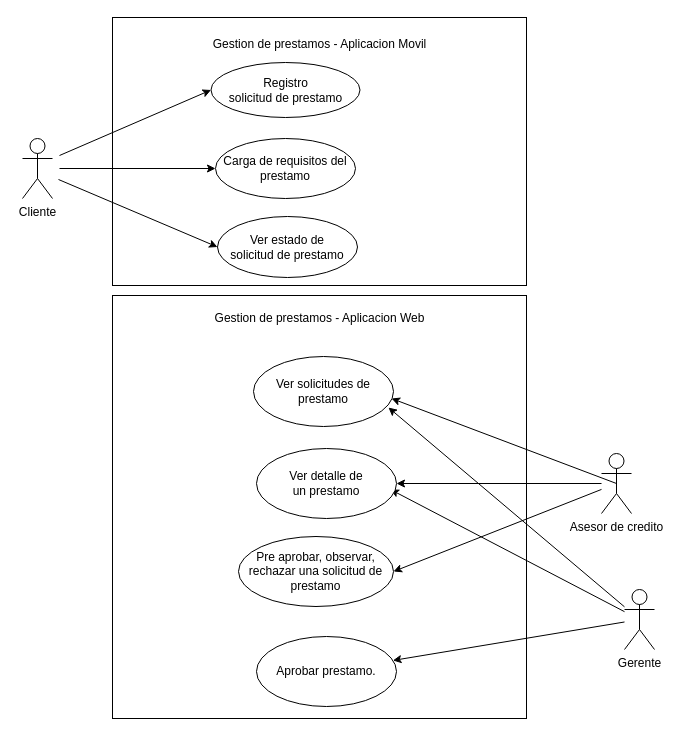
Earlier version of the draw.io diagram docs/use cases/loan-management.drawio (alexrv11/credicuotas). Source tidied: cells renumbered, new cells numbered last; positions are measured from the earlier drawing's top-left corner, leaving out a move shared by most shapes. Both pictures are drawn from the tidied source at 100%, with x=0, y=0 at pixel (22, 17).
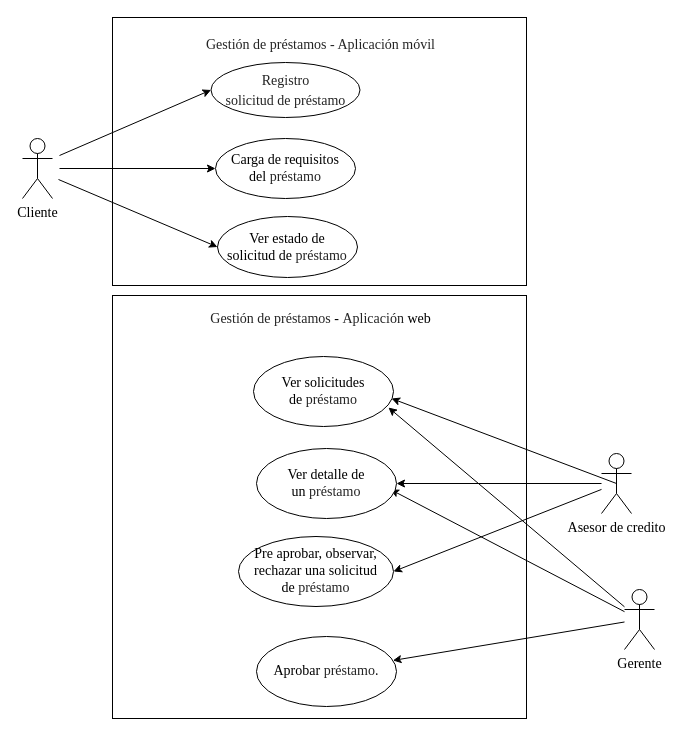
The same page after the edit.

The edit, as a diff of the source:
```diff
@@
-    <mxCell id="2" style="rounded=0;whiteSpace=wrap;html=1;" parent="1" vertex="1">
+    <mxCell id="2" style="rounded=0;whiteSpace=wrap;html=1;fontFamily=Times New Roman;fontSize=14;" parent="1" vertex="1">
       <mxGeometry x="90" y="278" width="414" height="423" as="geometry" />
     </mxCell>
-    <mxCell id="3" style="rounded=0;whiteSpace=wrap;html=1;" parent="1" vertex="1">
+    <mxCell id="3" style="rounded=0;whiteSpace=wrap;html=1;fontFamily=Times New Roman;fontSize=14;" parent="1" vertex="1">
       <mxGeometry x="90" width="414" height="268" as="geometry" />
     </mxCell>
-    <mxCell id="4" value="Ver estado de &lt;br&gt;solicitud de prestamo" style="ellipse;whiteSpace=wrap;html=1;" parent="1" vertex="1">
+    <mxCell id="4" value="Ver estado de &lt;br style=&quot;font-size: 14px&quot;&gt;solicitud de&amp;nbsp;&lt;span id=&quot;docs-internal-guid-fa9ec0e2-7fff-3394-8a7c-40f6800a1c9c&quot;&gt;&lt;span style=&quot;font-size: 10.5pt ; color: rgb(36 , 36 , 36) ; vertical-align: baseline&quot;&gt;préstamo&lt;/span&gt;&lt;/span&gt;" style="ellipse;whiteSpace=wrap;html=1;fontFamily=Times New Roman;fontSize=14;" parent="1" vertex="1">
       <mxGeometry x="195" y="199" width="140" height="61" as="geometry" />
     </mxCell>
-    <mxCell id="5" value="Gestion de prestamos - Aplicacion Movil" style="text;html=1;align=center;verticalAlign=middle;strokeColor=none;" parent="1" vertex="1">
-      <mxGeometry x="185.5" y="18" width="223" height="18" as="geometry" />
+    <mxCell id="5" value="&lt;span id=&quot;docs-internal-guid-40a8a800-7fff-940c-196f-b262e223e86f&quot;&gt;&lt;span style=&quot;font-size: 10.5pt ; color: rgb(36 , 36 , 36) ; vertical-align: baseline&quot;&gt;Gestión de préstamos - Aplicación móvil&lt;/span&gt;&lt;/span&gt;" style="text;html=1;align=center;verticalAlign=middle;strokeColor=none;fontFamily=Times New Roman;fontSize=14;" parent="1" vertex="1">
+      <mxGeometry x="178.5" y="17" width="239" height="21" as="geometry" />
     </mxCell>
-    <mxCell id="6" value="Registro&lt;br&gt;solicitud de prestamo" style="ellipse;whiteSpace=wrap;html=1;" parent="1" vertex="1">
+    <mxCell id="6" value="&lt;span id=&quot;docs-internal-guid-9d7fdbcb-7fff-656a-2601-6d5e32c1ed53&quot;&gt;&lt;p dir=&quot;ltr&quot; style=&quot;line-height: 1.38 ; margin-top: 0pt ; margin-bottom: 0pt&quot;&gt;&lt;span style=&quot;font-size: 10.5pt ; color: rgb(36 , 36 , 36) ; vertical-align: baseline&quot;&gt;Registro&lt;/span&gt;&lt;/p&gt;&lt;p dir=&quot;ltr&quot; style=&quot;line-height: 1.38 ; text-align: justify ; margin-top: 0pt ; margin-bottom: 0pt&quot;&gt;&lt;span style=&quot;font-size: 10.5pt ; color: rgb(36 , 36 , 36) ; vertical-align: baseline&quot;&gt;solicitud de préstamo&lt;/span&gt;&lt;/p&gt;&lt;/span&gt;" style="ellipse;whiteSpace=wrap;html=1;fontFamily=Times New Roman;fontSize=14;" parent="1" vertex="1">
       <mxGeometry x="188.5" y="45" width="149" height="55" as="geometry" />
     </mxCell>
-    <mxCell id="7" value="Carga de requisitos del prestamo" style="ellipse;whiteSpace=wrap;html=1;" parent="1" vertex="1">
+    <mxCell id="7" value="Carga de requisitos del&amp;nbsp;&lt;span id=&quot;docs-internal-guid-a9796045-7fff-ea98-c575-21d667e8b88e&quot;&gt;&lt;span style=&quot;font-size: 10.5pt ; color: rgb(36 , 36 , 36) ; vertical-align: baseline&quot;&gt;préstamo&lt;/span&gt;&lt;/span&gt;" style="ellipse;whiteSpace=wrap;html=1;fontFamily=Times New Roman;fontSize=14;" parent="1" vertex="1">
       <mxGeometry x="193" y="121" width="140" height="60" as="geometry" />
     </mxCell>
-    <mxCell id="8" style="edgeStyle=none;html=1;entryX=0;entryY=0.5;entryDx=0;entryDy=0;" parent="1" edge="1" target="6">
+    <mxCell id="8" style="edgeStyle=none;html=1;entryX=0;entryY=0.5;entryDx=0;entryDy=0;fontFamily=Times New Roman;fontSize=14;" parent="1" edge="1" target="6">
       <mxGeometry relative="1" as="geometry">
         <mxPoint x="37" y="138" as="sourcePoint" />
       </mxGeometry>
     </mxCell>
-    <mxCell id="9" style="edgeStyle=none;html=1;entryX=0;entryY=0.5;entryDx=0;entryDy=0;" parent="1" edge="1" target="4">
+    <mxCell id="9" style="edgeStyle=none;html=1;entryX=0;entryY=0.5;entryDx=0;entryDy=0;fontFamily=Times New Roman;fontSize=14;" parent="1" edge="1" target="4">
       <mxGeometry relative="1" as="geometry">
         <mxPoint x="36" y="162" as="sourcePoint" />
       </mxGeometry>
     </mxCell>
-    <mxCell id="10" value="Cliente" style="shape=umlActor;verticalLabelPosition=bottom;verticalAlign=top;html=1;" parent="1" vertex="1">
+    <mxCell id="10" value="Cliente" style="shape=umlActor;verticalLabelPosition=bottom;verticalAlign=top;html=1;fontFamily=Times New Roman;fontSize=14;" parent="1" vertex="1">
       <mxGeometry y="121" width="30" height="60" as="geometry" />
     </mxCell>
-    <mxCell id="11" style="edgeStyle=none;html=1;" parent="1" edge="1" source="14" target="23">
+    <mxCell id="11" style="edgeStyle=none;html=1;fontFamily=Times New Roman;fontSize=14;" parent="1" edge="1" source="14" target="23">
       <mxGeometry relative="1" as="geometry" />
     </mxCell>
-    <mxCell id="12" style="edgeStyle=none;html=1;entryX=0.957;entryY=0.586;entryDx=0;entryDy=0;entryPerimeter=0;" parent="1" edge="1" source="14" target="21">
+    <mxCell id="12" style="edgeStyle=none;html=1;entryX=0.957;entryY=0.586;entryDx=0;entryDy=0;entryPerimeter=0;fontFamily=Times New Roman;fontSize=14;" parent="1" edge="1" source="14" target="21">
       <mxGeometry relative="1" as="geometry" />
     </mxCell>
-    <mxCell id="13" style="edgeStyle=none;html=1;entryX=0.964;entryY=0.729;entryDx=0;entryDy=0;entryPerimeter=0;" parent="1" edge="1" source="14" target="20">
+    <mxCell id="13" style="edgeStyle=none;html=1;entryX=0.964;entryY=0.729;entryDx=0;entryDy=0;entryPerimeter=0;fontFamily=Times New Roman;fontSize=14;" parent="1" edge="1" source="14" target="20">
       <mxGeometry relative="1" as="geometry" />
     </mxCell>
-    <mxCell id="14" value="Gerente" style="shape=umlActor;verticalLabelPosition=bottom;verticalAlign=top;html=1;" parent="1" vertex="1">
+    <mxCell id="14" value="Gerente" style="shape=umlActor;verticalLabelPosition=bottom;verticalAlign=top;html=1;fontFamily=Times New Roman;fontSize=14;" parent="1" vertex="1">
       <mxGeometry x="602" y="572" width="30" height="60" as="geometry" />
     </mxCell>
-    <mxCell id="15" style="edgeStyle=none;html=1;exitX=0.5;exitY=0.5;exitDx=0;exitDy=0;exitPerimeter=0;entryX=0.986;entryY=0.6;entryDx=0;entryDy=0;entryPerimeter=0;" parent="1" edge="1" source="18" target="20">
+    <mxCell id="15" style="edgeStyle=none;html=1;exitX=0.5;exitY=0.5;exitDx=0;exitDy=0;exitPerimeter=0;entryX=0.986;entryY=0.6;entryDx=0;entryDy=0;entryPerimeter=0;fontFamily=Times New Roman;fontSize=14;" parent="1" edge="1" source="18" target="20">
       <mxGeometry relative="1" as="geometry" />
     </mxCell>
-    <mxCell id="16" style="edgeStyle=none;html=1;entryX=1;entryY=0.5;entryDx=0;entryDy=0;" parent="1" edge="1" source="18" target="21">
+    <mxCell id="16" style="edgeStyle=none;html=1;entryX=1;entryY=0.5;entryDx=0;entryDy=0;fontFamily=Times New Roman;fontSize=14;" parent="1" edge="1" source="18" target="21">
       <mxGeometry relative="1" as="geometry" />
     </mxCell>
-    <mxCell id="17" style="edgeStyle=none;html=1;entryX=1;entryY=0.5;entryDx=0;entryDy=0;" parent="1" edge="1" source="18" target="22">
+    <mxCell id="17" style="edgeStyle=none;html=1;entryX=1;entryY=0.5;entryDx=0;entryDy=0;fontFamily=Times New Roman;fontSize=14;" parent="1" edge="1" source="18" target="22">
       <mxGeometry relative="1" as="geometry" />
     </mxCell>
-    <mxCell id="18" value="Asesor de credito" style="shape=umlActor;verticalLabelPosition=bottom;verticalAlign=top;html=1;" parent="1" vertex="1">
+    <mxCell id="18" value="Asesor de credito" style="shape=umlActor;verticalLabelPosition=bottom;verticalAlign=top;html=1;fontFamily=Times New Roman;fontSize=14;" parent="1" vertex="1">
       <mxGeometry x="579" y="436" width="30" height="60" as="geometry" />
     </mxCell>
-    <mxCell id="19" value="Gestion de prestamos - Aplicacion Web" style="text;html=1;align=center;verticalAlign=middle;strokeColor=none;" parent="1" vertex="1">
-      <mxGeometry x="187" y="292" width="220" height="18" as="geometry" />
+    <mxCell id="19" value="&lt;span id=&quot;docs-internal-guid-29dd4a9c-7fff-b052-4d80-a8ba4639154e&quot;&gt;&lt;span style=&quot;font-size: 10.5pt ; color: rgb(36 , 36 , 36) ; vertical-align: baseline&quot;&gt;Gestión de préstamos&lt;/span&gt;&lt;/span&gt;&amp;nbsp;-&amp;nbsp;&lt;span id=&quot;docs-internal-guid-8fee6780-7fff-d6c3-c8ea-d4e713e81d3c&quot;&gt;&lt;span style=&quot;font-size: 10.5pt ; color: rgb(36 , 36 , 36) ; vertical-align: baseline&quot;&gt;Aplicación&lt;/span&gt;&lt;/span&gt;&amp;nbsp;web" style="text;html=1;align=center;verticalAlign=middle;strokeColor=none;fontFamily=Times New Roman;fontSize=14;" parent="1" vertex="1">
+      <mxGeometry x="183" y="291" width="230" height="21" as="geometry" />
     </mxCell>
-    <mxCell id="20" value="Ver&amp;nbsp;solicitudes de prestamo" style="ellipse;whiteSpace=wrap;html=1;" parent="1" vertex="1">
+    <mxCell id="20" value="Ver&amp;nbsp;solicitudes de&amp;nbsp;&lt;span id=&quot;docs-internal-guid-4277a991-7fff-0445-0bc8-72ea54e618ed&quot;&gt;&lt;span style=&quot;font-size: 10.5pt ; color: rgb(36 , 36 , 36) ; vertical-align: baseline&quot;&gt;préstamo&lt;/span&gt;&lt;/span&gt;" style="ellipse;whiteSpace=wrap;html=1;fontFamily=Times New Roman;fontSize=14;" parent="1" vertex="1">
       <mxGeometry x="231" y="339" width="140" height="70" as="geometry" />
     </mxCell>
-    <mxCell id="21" value="Ver&amp;nbsp;detalle de &lt;br&gt;un prestamo" style="ellipse;whiteSpace=wrap;html=1;" parent="1" vertex="1">
+    <mxCell id="21" value="Ver&amp;nbsp;detalle de &lt;br style=&quot;font-size: 14px&quot;&gt;un&amp;nbsp;&lt;span id=&quot;docs-internal-guid-4277a991-7fff-0445-0bc8-72ea54e618ed&quot;&gt;&lt;span style=&quot;font-size: 10.5pt ; color: rgb(36 , 36 , 36) ; vertical-align: baseline&quot;&gt;préstamo&lt;/span&gt;&lt;/span&gt;" style="ellipse;whiteSpace=wrap;html=1;fontFamily=Times New Roman;fontSize=14;" parent="1" vertex="1">
       <mxGeometry x="234" y="431" width="140" height="70" as="geometry" />
     </mxCell>
-    <mxCell id="22" value="Pre aprobar, observar, rechazar una solicitud de prestamo" style="ellipse;whiteSpace=wrap;html=1;" parent="1" vertex="1">
+    <mxCell id="22" value="Pre aprobar, observar, rechazar una solicitud de&amp;nbsp;&lt;span id=&quot;docs-internal-guid-13a2acdc-7fff-6667-3e23-460df5b7adc0&quot;&gt;&lt;span style=&quot;font-size: 10.5pt ; color: rgb(36 , 36 , 36) ; vertical-align: baseline&quot;&gt;préstamo&lt;/span&gt;&lt;/span&gt;" style="ellipse;whiteSpace=wrap;html=1;fontFamily=Times New Roman;fontSize=14;" parent="1" vertex="1">
       <mxGeometry x="216" y="519" width="155" height="70" as="geometry" />
     </mxCell>
-    <mxCell id="23" value="Aprobar prestamo." style="ellipse;whiteSpace=wrap;html=1;" parent="1" vertex="1">
+    <mxCell id="23" value="Aprobar&amp;nbsp;&lt;span id=&quot;docs-internal-guid-bbaecb51-7fff-a92b-1c6b-005b61468eef&quot;&gt;&lt;span style=&quot;font-size: 10.5pt ; color: rgb(36 , 36 , 36) ; vertical-align: baseline&quot;&gt;préstamo&lt;/span&gt;&lt;/span&gt;." style="ellipse;whiteSpace=wrap;html=1;fontFamily=Times New Roman;fontSize=14;" parent="1" vertex="1">
       <mxGeometry x="234" y="619" width="140" height="70" as="geometry" />
     </mxCell>
-    <mxCell id="24" style="edgeStyle=none;html=1;entryX=0;entryY=0.5;entryDx=0;entryDy=0;" parent="1" edge="1" target="7">
+    <mxCell id="24" style="edgeStyle=none;html=1;entryX=0;entryY=0.5;entryDx=0;entryDy=0;fontFamily=Times New Roman;fontSize=14;" parent="1" edge="1" target="7">
       <mxGeometry relative="1" as="geometry">
         <mxPoint x="37" y="151" as="sourcePoint" />
       </mxGeometry>
     </mxCell>
```
